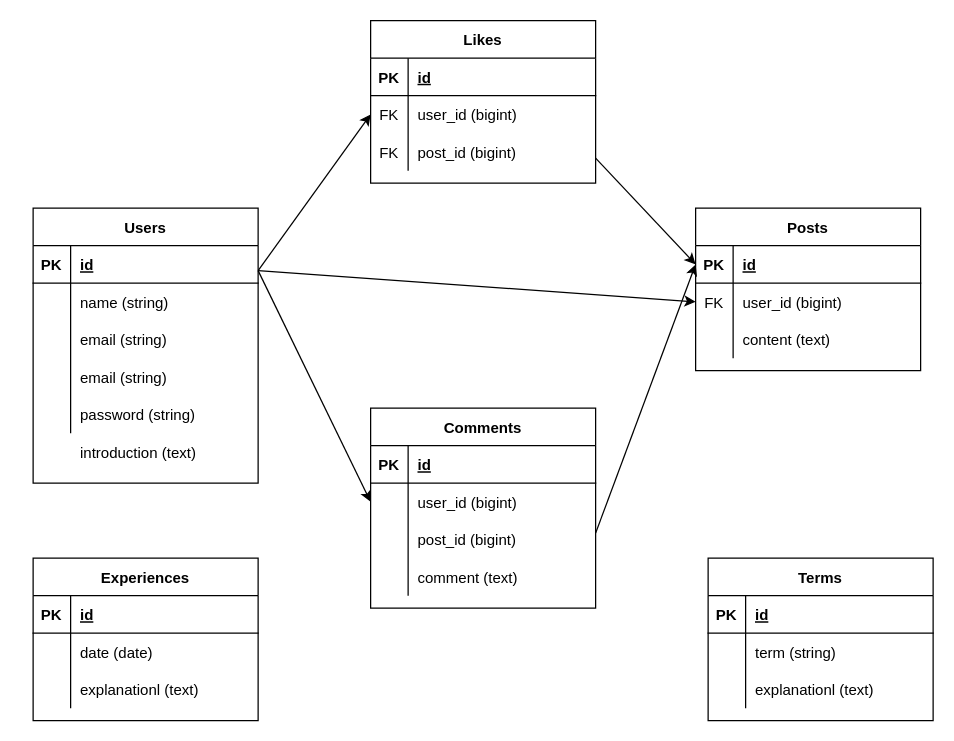
Earlier version of the draw.io diagram models.drawio (tattu501/tennis_app). Source tidied: cells renumbered, new cells numbered last; positions are measured from the earlier drawing's top-left corner, leaving out a move shared by most shapes. Both pictures are drawn from the tidied source at 125%, with x=0, y=0 at pixel (20, 20).
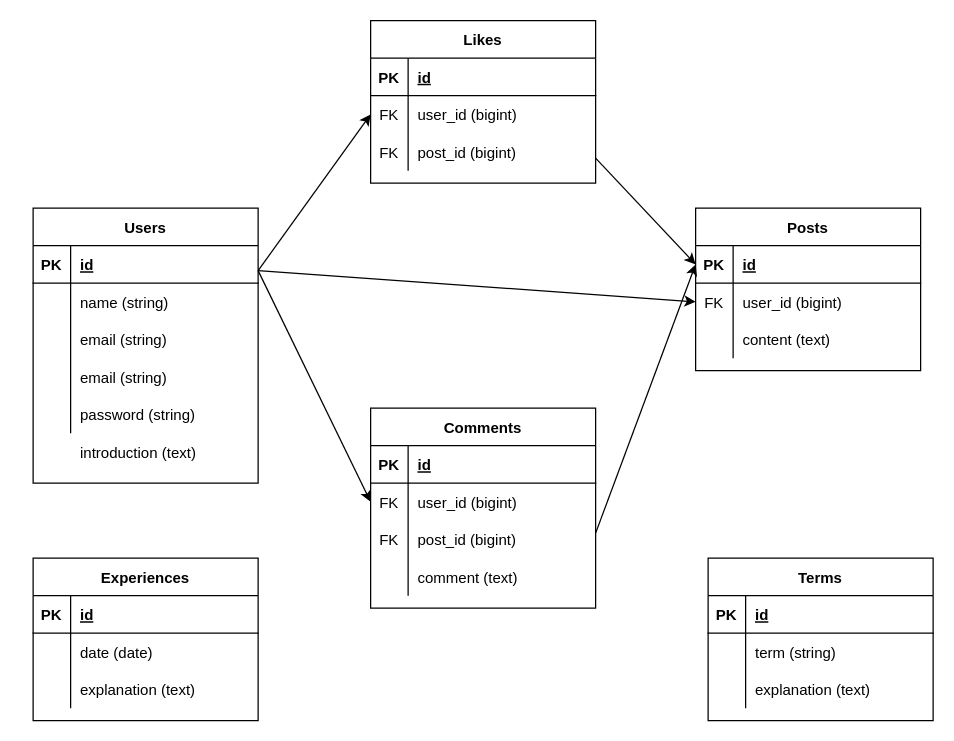
The same page after the edit.

The change refers to these unchanged cells:
```xml
<mxCell id="45" style="shape=partialRectangle;fillColor=none;top=0;left=0;bottom=0;right=0;points=[[0,0.5],[1,0.5]];portConstraint=eastwest;" parent="41" vertex="1">
  <mxGeometry y="60" width="180" height="30" as="geometry" />
</mxCell>
<mxCell id="48" style="shape=partialRectangle;fillColor=none;top=0;left=0;bottom=0;right=0;" parent="41" vertex="1">
  <mxGeometry y="90" width="180" height="30" as="geometry" />
</mxCell>
<mxCell id="66" style="shape=partialRectangle;fillColor=none;top=0;left=0;bottom=0;right=0;" parent="59" vertex="1">
  <mxGeometry y="90" width="180" height="30" as="geometry" />
</mxCell>
<mxCell id="76" style="shape=partialRectangle;fillColor=none;top=0;left=0;bottom=0;right=0;" parent="69" vertex="1">
  <mxGeometry y="90" width="180" height="30" as="geometry" />
</mxCell>
```

Diff of the diagram source:
```diff
@@
-    <mxCell id="46" style="shape=partialRectangle;fillColor=none;top=0;left=0;bottom=0;right=0;overflow=hidden;" parent="45" vertex="1">
+    <mxCell id="46" value="FK" style="shape=partialRectangle;fillColor=none;top=0;left=0;bottom=0;right=0;overflow=hidden;" parent="45" vertex="1">
       <mxGeometry width="30" height="30" as="geometry" />
     </mxCell>
@@
-    <mxCell id="49" style="shape=partialRectangle;fillColor=none;top=0;left=0;bottom=0;right=0;overflow=hidden;" parent="48" vertex="1">
+    <mxCell id="49" value="FK" style="shape=partialRectangle;fillColor=none;top=0;left=0;bottom=0;right=0;overflow=hidden;" parent="48" vertex="1">
       <mxGeometry width="30" height="30" as="geometry" />
     </mxCell>
@@
-    <mxCell id="68" value="explanationl (text)" style="shape=partialRectangle;fillColor=none;top=0;left=0;bottom=0;right=0;align=left;spacingLeft=6;overflow=hidden;" parent="66" vertex="1">
+    <mxCell id="68" value="explanation (text)" style="shape=partialRectangle;fillColor=none;top=0;left=0;bottom=0;right=0;align=left;spacingLeft=6;overflow=hidden;" parent="66" vertex="1">
       <mxGeometry x="30" width="150" height="30" as="geometry" />
     </mxCell>
@@
-    <mxCell id="78" value="explanationl (text)" style="shape=partialRectangle;fillColor=none;top=0;left=0;bottom=0;right=0;align=left;spacingLeft=6;overflow=hidden;" parent="76" vertex="1">
+    <mxCell id="78" value="explanation (text)" style="shape=partialRectangle;fillColor=none;top=0;left=0;bottom=0;right=0;align=left;spacingLeft=6;overflow=hidden;" parent="76" vertex="1">
       <mxGeometry x="30" width="150" height="30" as="geometry" />
     </mxCell>
```
